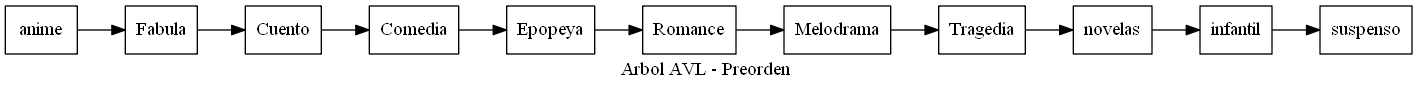
hr9457/EDD_1S2020_PY2_201314296 keeps this Graphviz diagram as EDD_Proyecto2/Reportes/ArbolPreorden.png. Above is the earlier version. Its source is kept beside it as EDD_Proyecto2/ArchivosDot/ArbolPreorden.dot.
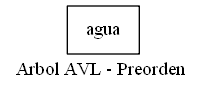
After the commit.

The edit, as a diff of the source:
```diff
@@ -1,17 +1,7 @@
 digraph arbolpreorden {
 node [shape = record];
 rankdir=LR;
-nodo0[label="anime"];
-nodo1[label="Fabula"];
-nodo2[label="Cuento"];
-nodo3[label="Comedia"];
-nodo4[label="Epopeya"];
-nodo5[label="Romance"];
-nodo6[label="Melodrama"];
-nodo7[label="Tragedia"];
-nodo8[label="novelas"];
-nodo9[label="infantil"];
-nodo10[label="suspenso"];
-nodo0->nodo1->nodo2->nodo3->nodo4->nodo5->nodo6->nodo7->nodo8->nodo9->nodo10;
+nodo0[label="agua"];
+nodo0;
 label = "Arbol AVL - Preorden "
 }
```
